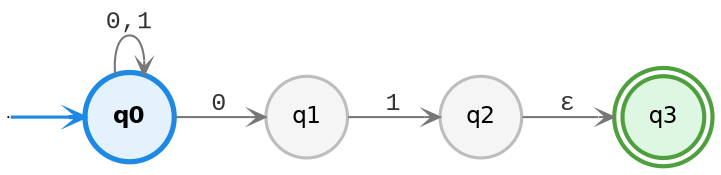
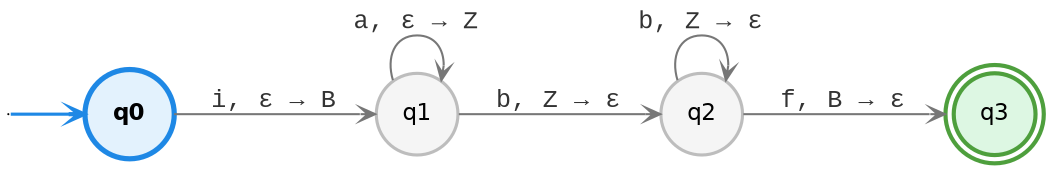
digraph G {
  rankdir=LR;
  size="8,5";
  node [fontname="Helvetica", fontsize=11, margin=0.1];
  edge [arrowsize=0.7, arrowhead=vee, fontname="Courier New", fontsize=12, fontcolor="#333333", color="#777777"];
  qi [shape=point, width=0];
  "q0" [shape=circle, style=filled, fillcolor="#E3F2FD", color="#1E88E5", penwidth=2.5, fontname="Helvetica-Bold"];
  "q1" [shape=circle, style=filled, fillcolor="#F5F5F5", color="#BDBDBD", penwidth=1.5];
  "q2" [shape=circle, style=filled, fillcolor="#F5F5F5", color="#BDBDBD", penwidth=1.5];
  "q3" [shape=doublecircle, style=filled, fillcolor="#DDF7E3", color="#4E9F3D", penwidth=2];

  qi -> "q0" [color="#1E88E5", penwidth=1.5];
-   "q0" -> "q1" [label="0"];
-   "q0" -> "q0" [label="0,1"];
-   "q1" -> "q2" [label="1"];
-   "q2" -> "q3" [label="ε"];
+   "q0" -> "q1" [label="i, ε → B"];
+   "q1" -> "q1" [label="a, ε → Z"];
+   "q1" -> "q2" [label="b, Z → ε"];
+   "q2" -> "q3" [label="f, B → ε"];
+   "q2" -> "q2" [label="b, Z → ε"];
}
